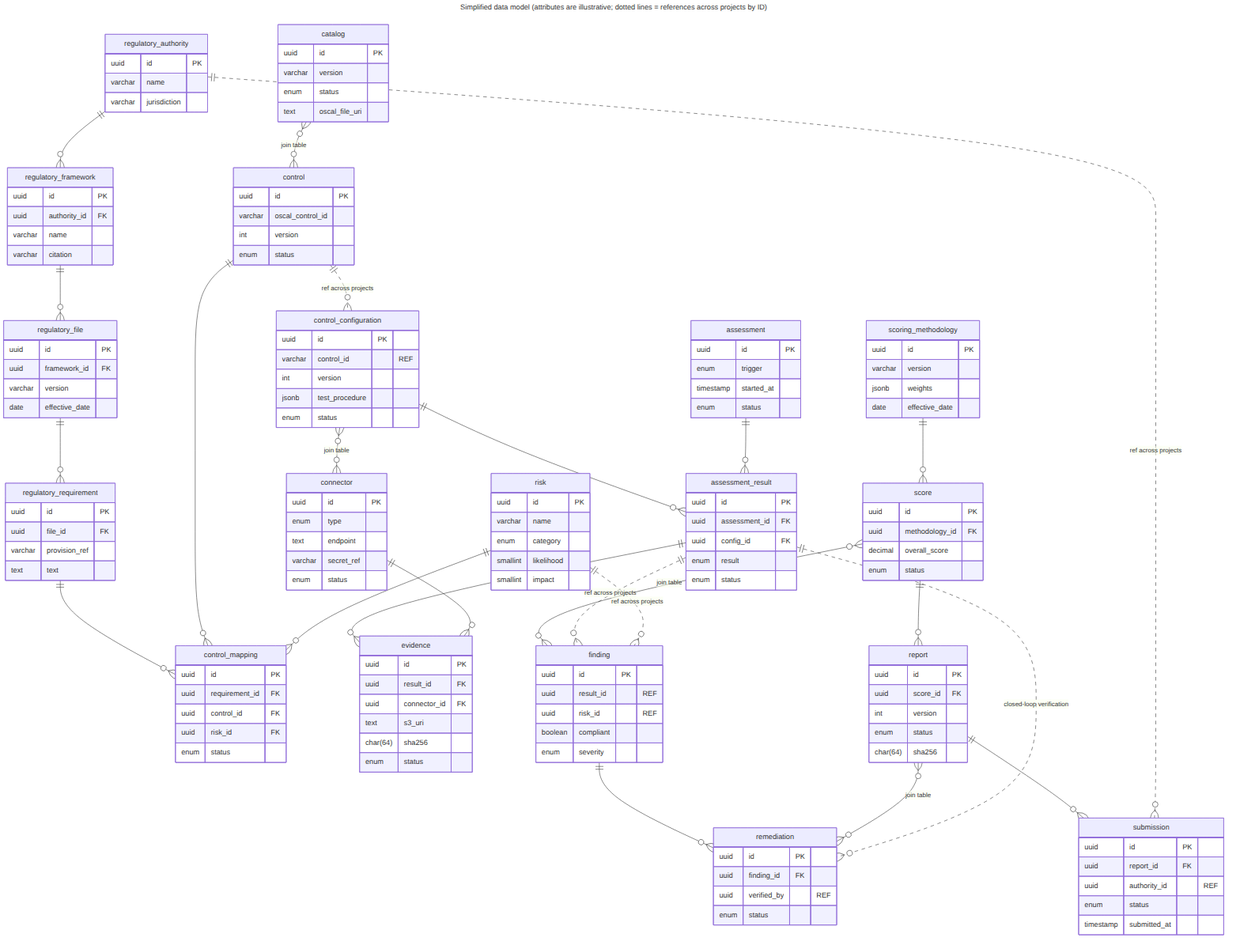
Earlier version of the Mermaid export assets/diagrams/data-model/fig-14-1-simplified-data-model.png (GRaCe-GRC/GRaCe-GRC-docs). Its source is kept beside it as assets/diagrams/data-model/fig-14-1-simplified-data-model.mmd. Its diagram source:
```mermaid
---
title: "Simplified data model (attributes are illustrative; dotted lines = references across projects by ID)"
---
erDiagram

  regulatory_authority {
    uuid id PK
    varchar name
    varchar jurisdiction
  }
  regulatory_framework {
    uuid id PK
    uuid authority_id FK
    varchar name
    varchar citation
  }
  regulatory_file {
    uuid id PK
    uuid framework_id FK
    varchar version
    date effective_date
  }
  regulatory_requirement {
    uuid id PK
    uuid file_id FK
    varchar provision_ref
    text text
  }
  catalog {
    uuid id PK
    varchar version
    enum status
    text oscal_file_uri
  }
  control {
    uuid id PK
    varchar oscal_control_id
    int version
    enum status
  }
  control_mapping {
    uuid id PK
    uuid requirement_id FK
    uuid control_id FK
    uuid risk_id FK
    enum status
  }
  risk {
    uuid id PK
    varchar name
    enum category
    smallint likelihood
    smallint impact
  }
  control_configuration {
    uuid id PK
    varchar control_id "REF"
    int version
    jsonb test_procedure
    enum status
  }
  connector {
    uuid id PK
    enum type
    text endpoint
    varchar secret_ref
    enum status
  }
  assessment {
    uuid id PK
    enum trigger
    timestamp started_at
    enum status
  }
  assessment_result {
    uuid id PK
    uuid assessment_id FK
    uuid config_id FK
    enum result
    enum status
  }
  evidence {
    uuid id PK
    uuid result_id FK
    uuid connector_id FK
    text s3_uri
    char(64) sha256
    enum status
  }
  scoring_methodology {
    uuid id PK
    varchar version
    jsonb weights
    date effective_date
  }
  score {
    uuid id PK
    uuid methodology_id FK
    decimal overall_score
    enum status
  }
  finding {
    uuid id PK
    uuid result_id "REF"
    uuid risk_id "REF"
    boolean compliant
    enum severity
  }
  remediation {
    uuid id PK
    uuid finding_id FK
    uuid verified_by "REF"
    enum status
  }
  report {
    uuid id PK
    uuid score_id FK
    int version
    enum status
    char(64) sha256
  }
  submission {
    uuid id PK
    uuid report_id FK
    uuid authority_id "REF"
    enum status
    timestamp submitted_at
  }

  regulatory_authority ||--o{ regulatory_framework : ""
  regulatory_framework ||--o{ regulatory_file : ""
  regulatory_file ||--o{ regulatory_requirement : ""
  regulatory_requirement ||--o{ control_mapping : ""
  control ||--o{ control_mapping : ""
  risk ||--o{ control_mapping : ""
  catalog }o--o{ control : "join table"
  control_configuration }o--o{ connector : "join table"
  control_configuration ||--o{ assessment_result : ""
  assessment ||--o{ assessment_result : ""
  assessment_result ||--o{ evidence : ""
  connector ||--o{ evidence : ""
  scoring_methodology ||--o{ score : ""
  score }o--o{ finding : "join table"
  score ||--o{ report : ""
  report ||--o{ submission : ""
  finding ||--o{ remediation : ""
  report }o--o{ remediation : "join table"
  control ||..o{ control_configuration : "ref across projects"
  assessment_result ||..o{ finding : "ref across projects"
  risk ||..o{ finding : "ref across projects"
  regulatory_authority ||..o{ submission : "ref across projects"
  assessment_result ||..o{ remediation : "closed-loop verification"
```
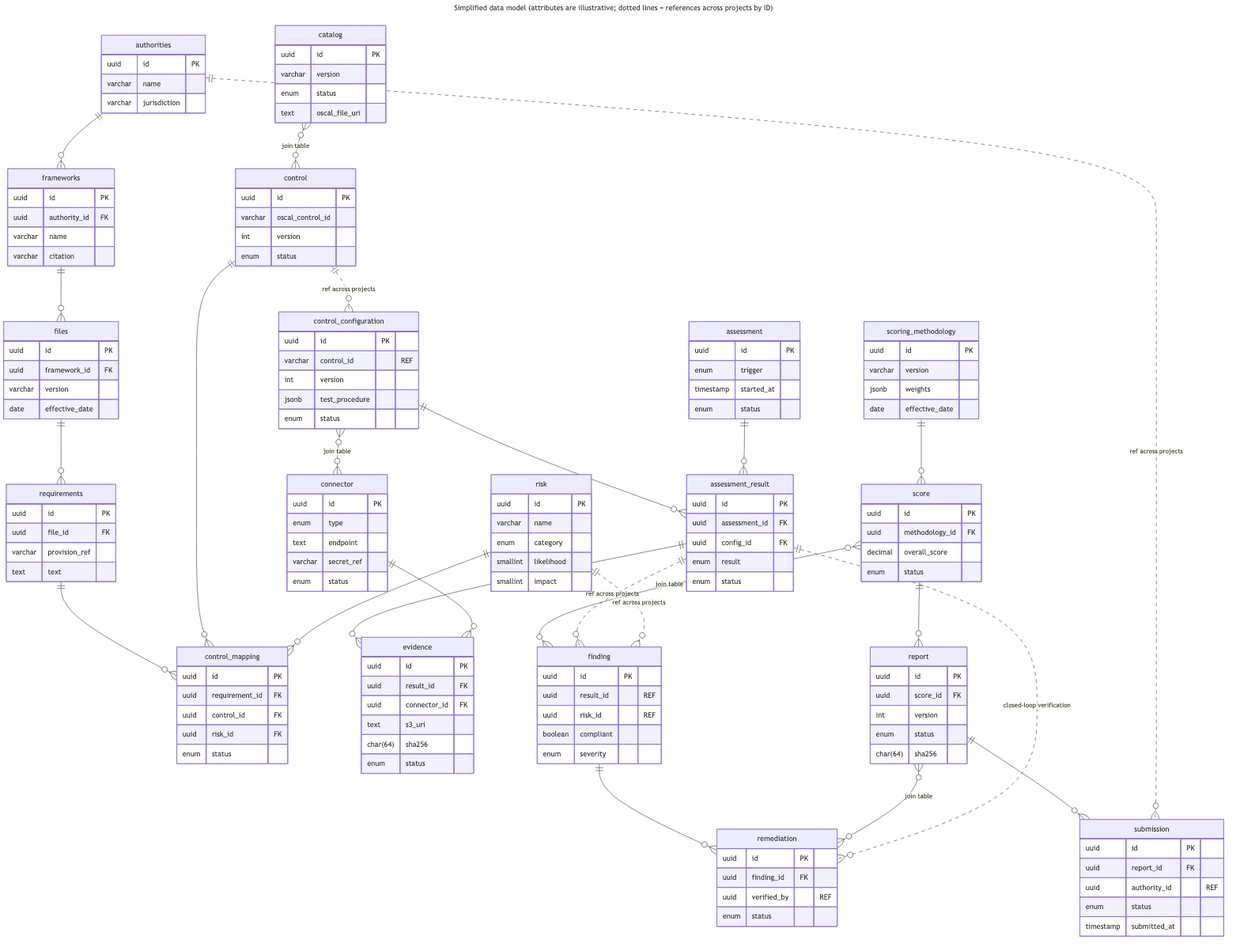
Later version of the same file.

Change to the diagram source:
```diff
@@ -3,24 +3,24 @@
 ---
 erDiagram
 
-  regulatory_authority {
+  authorities {
     uuid id PK
     varchar name
     varchar jurisdiction
   }
-  regulatory_framework {
+  frameworks {
     uuid id PK
     uuid authority_id FK
     varchar name
     varchar citation
   }
-  regulatory_file {
+  files {
     uuid id PK
     uuid framework_id FK
     varchar version
     date effective_date
   }
-  regulatory_requirement {
+  requirements {
     uuid id PK
     uuid file_id FK
     varchar provision_ref
@@ -127,10 +127,10 @@
     timestamp submitted_at
   }
 
-  regulatory_authority ||--o{ regulatory_framework : ""
-  regulatory_framework ||--o{ regulatory_file : ""
-  regulatory_file ||--o{ regulatory_requirement : ""
-  regulatory_requirement ||--o{ control_mapping : ""
+  authorities ||--o{ frameworks : ""
+  frameworks ||--o{ files : ""
+  files ||--o{ requirements : ""
+  requirements ||--o{ control_mapping : ""
   control ||--o{ control_mapping : ""
   risk ||--o{ control_mapping : ""
   catalog }o--o{ control : "join table"
@@ -148,5 +148,5 @@
   control ||..o{ control_configuration : "ref across projects"
   assessment_result ||..o{ finding : "ref across projects"
   risk ||..o{ finding : "ref across projects"
-  regulatory_authority ||..o{ submission : "ref across projects"
+  authorities ||..o{ submission : "ref across projects"
   assessment_result ||..o{ remediation : "closed-loop verification"
```
